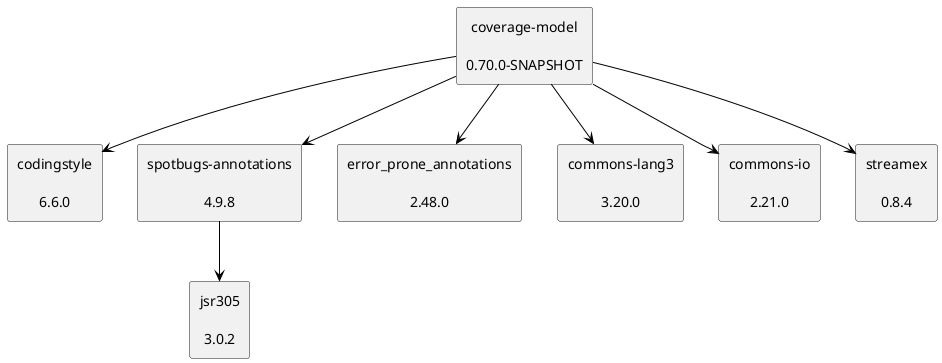
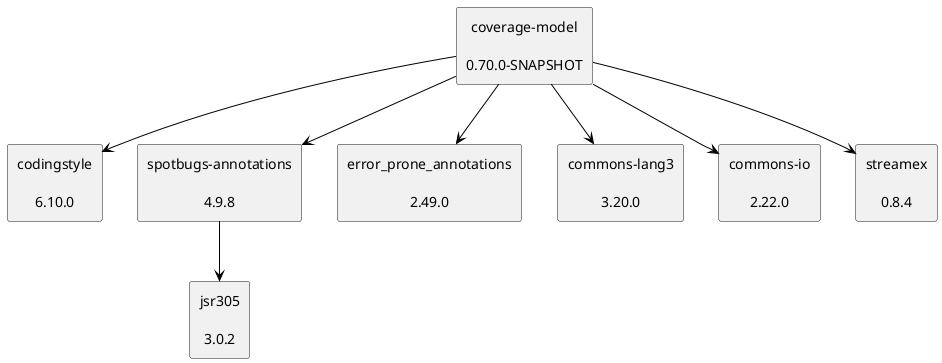
@startuml
skinparam defaultTextAlignment center
skinparam rectangle {
  BackgroundColor<<optional>> beige
  BackgroundColor<<test>> lightGreen
  BackgroundColor<<runtime>> lightBlue
  BackgroundColor<<provided>> lightGray
}
rectangle "coverage-model\n\n0.70.0-SNAPSHOT" as edu_hm_hafner_coverage_model_jar
- rectangle "codingstyle\n\n6.6.0" as edu_hm_hafner_codingstyle_jar
+ rectangle "codingstyle\n\n6.10.0" as edu_hm_hafner_codingstyle_jar
rectangle "spotbugs-annotations\n\n4.9.8" as com_github_spotbugs_spotbugs_annotations_jar
rectangle "jsr305\n\n3.0.2" as com_google_code_findbugs_jsr305_jar
- rectangle "error_prone_annotations\n\n2.48.0" as com_google_errorprone_error_prone_annotations_jar
+ rectangle "error_prone_annotations\n\n2.49.0" as com_google_errorprone_error_prone_annotations_jar
rectangle "commons-lang3\n\n3.20.0" as org_apache_commons_commons_lang3_jar
- rectangle "commons-io\n\n2.21.0" as commons_io_commons_io_jar
+ rectangle "commons-io\n\n2.22.0" as commons_io_commons_io_jar
rectangle "streamex\n\n0.8.4" as one_util_streamex_jar
edu_hm_hafner_coverage_model_jar -[#000000]-> edu_hm_hafner_codingstyle_jar
com_github_spotbugs_spotbugs_annotations_jar -[#000000]-> com_google_code_findbugs_jsr305_jar
edu_hm_hafner_coverage_model_jar -[#000000]-> com_github_spotbugs_spotbugs_annotations_jar
edu_hm_hafner_coverage_model_jar -[#000000]-> com_google_errorprone_error_prone_annotations_jar
edu_hm_hafner_coverage_model_jar -[#000000]-> org_apache_commons_commons_lang3_jar
edu_hm_hafner_coverage_model_jar -[#000000]-> commons_io_commons_io_jar
edu_hm_hafner_coverage_model_jar -[#000000]-> one_util_streamex_jar
@enduml